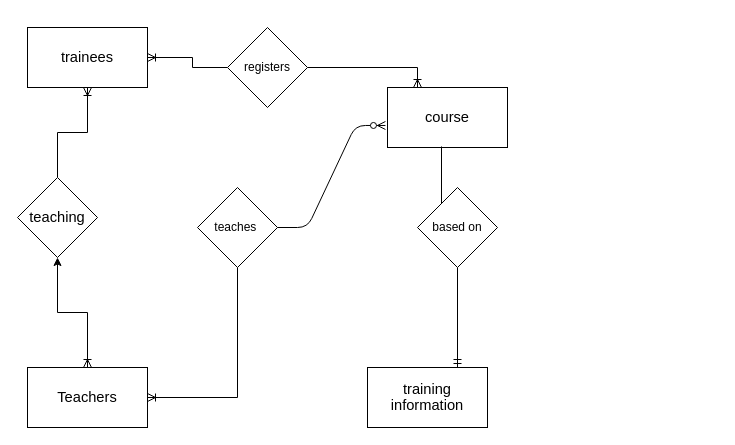
Above: d1/Untitled Diagram.drawio in nur1208/test (draw.io), before the change. Source tidied: cells renumbered, new cells numbered last; positions are measured from the earlier drawing's top-left corner, leaving out a move shared by most shapes. Both pictures are drawn from the tidied source at 100%, with x=0, y=0 at pixel (17, 27).
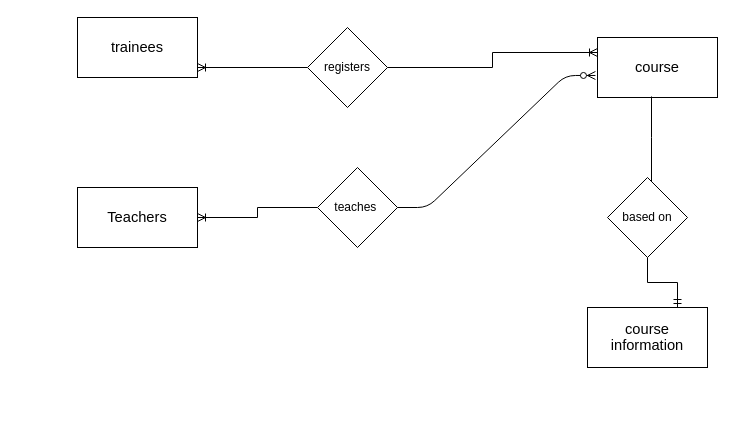
After the change.

Diff of the diagram source:
```diff
@@
     <mxCell id="2" value="&lt;span style=&quot;font-size: 11pt ; line-height: 107% ; font-family: &amp;#34;calibri&amp;#34; , sans-serif&quot;&gt;trainees&lt;/span&gt;&lt;span style=&quot;font-size: 11.0pt ; line-height: 107% ; font-family: &amp;#34;calibri&amp;#34; , sans-serif&quot;&gt;&lt;/span&gt;" style="rounded=0;whiteSpace=wrap;html=1;" parent="1" vertex="1">
-      <mxGeometry x="10" width="120" height="60" as="geometry" />
+      <mxGeometry x="60" y="-10" width="120" height="60" as="geometry" />
     </mxCell>
-    <mxCell id="3" style="edgeStyle=orthogonalEdgeStyle;rounded=0;jettySize=auto;html=1;entryX=0.5;entryY=1;entryDx=0;entryDy=0;endArrow=none;endFill=0;startArrow=ERoneToMany;startFill=0;" parent="1" edge="1" source="4" target="16">
+    <mxCell id="3" style="edgeStyle=orthogonalEdgeStyle;rounded=0;jettySize=auto;html=1;endArrow=none;endFill=0;startArrow=ERoneToMany;startFill=0;" parent="1" edge="1" source="4" target="16">
       <mxGeometry relative="1" as="geometry" />
     </mxCell>
     <mxCell id="4" value="&lt;span style=&quot;font-size: 11pt ; line-height: 107% ; font-family: &amp;#34;calibri&amp;#34; , sans-serif ; background-color: rgb(255 , 255 , 255)&quot;&gt;Teachers&lt;/span&gt;" style="rounded=0;whiteSpace=wrap;html=1;" parent="1" vertex="1">
-      <mxGeometry x="10" y="340" width="120" height="60" as="geometry" />
+      <mxGeometry x="60" y="160" width="120" height="60" as="geometry" />
     </mxCell>
     <mxCell id="5" value="&lt;span style=&quot;font-size: 11pt ; line-height: 107% ; font-family: &amp;#34;calibri&amp;#34; , sans-serif ; background-color: rgb(255 , 255 , 255)&quot;&gt;course&lt;/span&gt;&lt;span style=&quot;font-size: 11.0pt ; line-height: 107% ; font-family: &amp;#34;calibri&amp;#34; , sans-serif&quot;&gt;&lt;/span&gt;" style="whiteSpace=wrap;html=1;" parent="1" vertex="1">
-      <mxGeometry x="370" y="60" width="120" height="60" as="geometry" />
+      <mxGeometry x="580" y="10" width="120" height="60" as="geometry" />
     </mxCell>
-    <mxCell id="6" value="&lt;span style=&quot;font-size: 11pt ; line-height: 107% ; font-family: &amp;#34;calibri&amp;#34; , sans-serif ; background-color: rgb(255 , 255 , 255)&quot;&gt;training information&lt;/span&gt;" style="whiteSpace=wrap;html=1;" parent="1" vertex="1">
-      <mxGeometry x="350" y="340" width="120" height="60" as="geometry" />
+    <mxCell id="6" value="&lt;span style=&quot;font-size: 11pt ; line-height: 107% ; font-family: &amp;#34;calibri&amp;#34; , sans-serif ; background-color: rgb(255 , 255 , 255)&quot;&gt;course information&lt;/span&gt;" style="whiteSpace=wrap;html=1;" parent="1" vertex="1">
+      <mxGeometry x="570" y="280" width="120" height="60" as="geometry" />
     </mxCell>
-    <mxCell id="7" style="edgeStyle=orthogonalEdgeStyle;rounded=0;jettySize=auto;html=1;entryX=0.5;entryY=0;entryDx=0;entryDy=0;endArrow=ERoneToMany;endFill=0;startArrow=classic;startFill=1;" parent="1" edge="1" source="9" target="4">
-      <mxGeometry relative="1" as="geometry" />
-    </mxCell>
-    <mxCell id="8" style="edgeStyle=orthogonalEdgeStyle;rounded=0;jettySize=auto;html=1;endArrow=ERoneToMany;endFill=0;startArrow=none;startFill=0;" parent="1" edge="1" source="9" target="2">
-      <mxGeometry relative="1" as="geometry" />
-    </mxCell>
-    <mxCell id="9" value="&lt;span style=&quot;font-size: 11.0pt ; line-height: 107% ; font-family: &amp;#34;calibri&amp;#34; , sans-serif&quot;&gt;teaching&lt;/span&gt;" style="rhombus;whiteSpace=wrap;html=1;" parent="1" vertex="1">
-      <mxGeometry y="150" width="80" height="80" as="geometry" />
-    </mxCell>
     <mxCell id="10" style="edgeStyle=orthogonalEdgeStyle;rounded=0;jettySize=auto;html=1;endArrow=none;endFill=0;entryX=0.45;entryY=0.983;entryDx=0;entryDy=0;entryPerimeter=0;" parent="1" edge="1" source="12" target="5">
       <mxGeometry relative="1" as="geometry">
         <Array as="points">
-          <mxPoint x="440" y="240" />
-          <mxPoint x="440" y="170" />
-          <mxPoint x="424" y="170" />
+          <mxPoint x="634" y="110" />
+          <mxPoint x="634" y="110" />
         </Array>
       </mxGeometry>
     </mxCell>
@@
     <mxCell id="12" value="based on" style="rhombus;whiteSpace=wrap;html=1;" parent="1" vertex="1">
-      <mxGeometry x="400" y="160" width="80" height="80" as="geometry" />
+      <mxGeometry x="590" y="150" width="80" height="80" as="geometry" />
     </mxCell>
-    <mxCell id="13" style="edgeStyle=orthogonalEdgeStyle;rounded=0;jettySize=auto;html=1;endArrow=ERoneToMany;endFill=0;" parent="1" edge="1" source="15">
+    <mxCell id="13" style="edgeStyle=orthogonalEdgeStyle;rounded=0;jettySize=auto;html=1;endArrow=ERoneToMany;endFill=0;" parent="1" edge="1" source="15" target="2">
       <mxGeometry relative="1" as="geometry">
-        <mxPoint x="130" y="30" as="targetPoint" />
         <Array as="points">
           <mxPoint x="175" y="40" />
           <mxPoint x="175" y="30" />
         </Array>
       </mxGeometry>
     </mxCell>
-    <mxCell id="14" style="edgeStyle=orthogonalEdgeStyle;rounded=0;jettySize=auto;html=1;entryX=0.25;entryY=0;entryDx=0;entryDy=0;endArrow=ERoneToMany;endFill=0;" parent="1" edge="1" source="15" target="5">
+    <mxCell id="14" style="edgeStyle=orthogonalEdgeStyle;rounded=0;jettySize=auto;html=1;endArrow=ERoneToMany;endFill=0;entryX=0;entryY=0.25;entryDx=0;entryDy=0;" parent="1" edge="1" source="15" target="5">
       <mxGeometry relative="1" as="geometry" />
     </mxCell>
     <mxCell id="15" value="registers" style="rhombus;whiteSpace=wrap;html=1;" parent="1" vertex="1">
-      <mxGeometry x="210" width="80" height="80" as="geometry" />
+      <mxGeometry x="290" width="80" height="80" as="geometry" />
     </mxCell>
     <mxCell id="16" value="teaches&amp;nbsp;" style="rhombus;whiteSpace=wrap;html=1;" parent="1" vertex="1">
-      <mxGeometry x="180" y="160" width="80" height="80" as="geometry" />
+      <mxGeometry x="300" y="140" width="80" height="80" as="geometry" />
     </mxCell>
```
